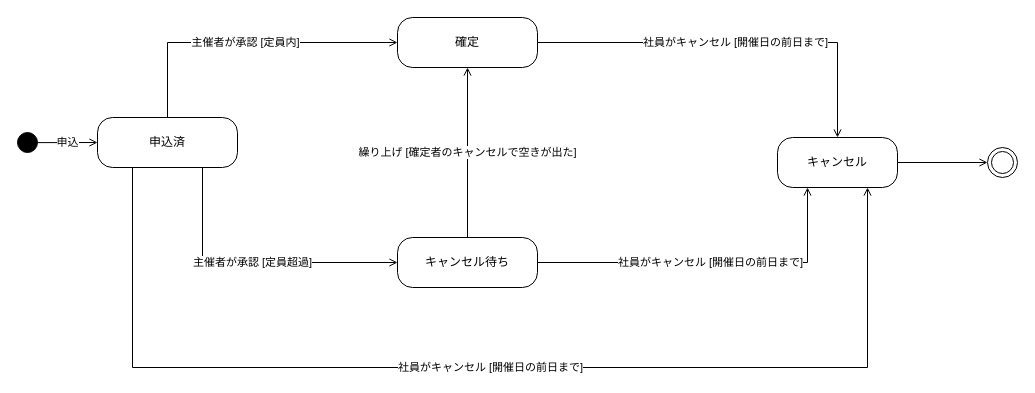
This is docs/diagrams/drawio/state-study-application.drawio from hiroshees/drawio-design-kit, a draw.io file, before an edit. Source tidied: cells renumbered, new cells numbered last; positions are measured from the earlier drawing's top-left corner, leaving out a move shared by most shapes. Both pictures are drawn from the tidied source at 100%, with x=0, y=0 at pixel (17, 17).
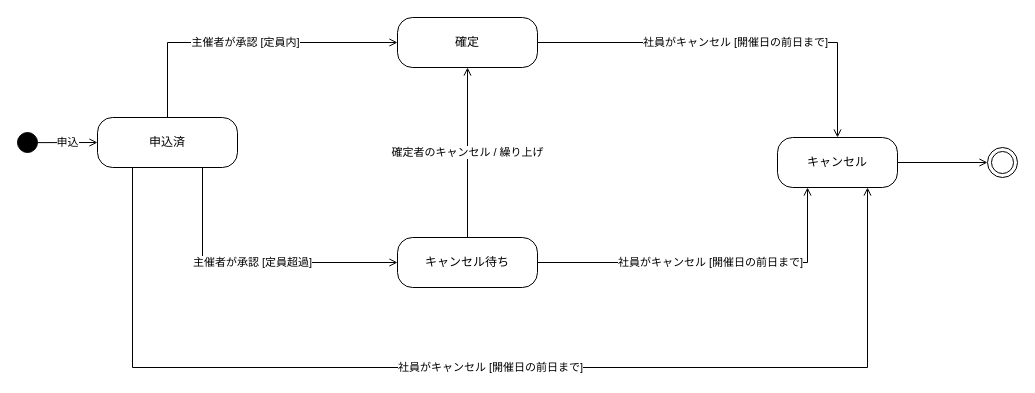
The same diagram, later.

Commit message (it also covers changes not shown here):
confirmd etc

The change refers to these unchanged cells:
```xml
<mxCell id="4" value="確定" style="rounded=1;whiteSpace=wrap;html=1;arcSize=30;fillColor=#FFFFFF;strokeColor=#000000;" parent="1" vertex="1">
  <mxGeometry x="380" width="140" height="50" as="geometry" />
</mxCell>
<mxCell id="5" value="キャンセル待ち" style="rounded=1;whiteSpace=wrap;html=1;arcSize=30;fillColor=#FFFFFF;strokeColor=#000000;" parent="1" vertex="1">
  <mxGeometry x="380" y="220" width="140" height="50" as="geometry" />
</mxCell>
```

The edit, as a diff of the source:
```diff
@@
-    <mxCell id="11" value="繰り上げ [確定者のキャンセルで空きが出た]" style="edgeStyle=orthogonalEdgeStyle;rounded=0;html=1;endArrow=open;endFill=0;strokeColor=#000000;labelBackgroundColor=#FFFFFF;exitX=0.5;exitY=0;exitDx=0;exitDy=0;entryX=0.5;entryY=1;entryDx=0;entryDy=0;" parent="1" edge="1" source="5" target="4">
+    <mxCell id="11" value="確定者のキャンセル / 繰り上げ" style="edgeStyle=orthogonalEdgeStyle;rounded=0;html=1;endArrow=open;endFill=0;strokeColor=#000000;labelBackgroundColor=#FFFFFF;exitX=0.5;exitY=0;exitDx=0;exitDy=0;entryX=0.5;entryY=1;entryDx=0;entryDy=0;" parent="1" edge="1" source="5" target="4">
       <mxGeometry relative="1" as="geometry" />
     </mxCell>
```
